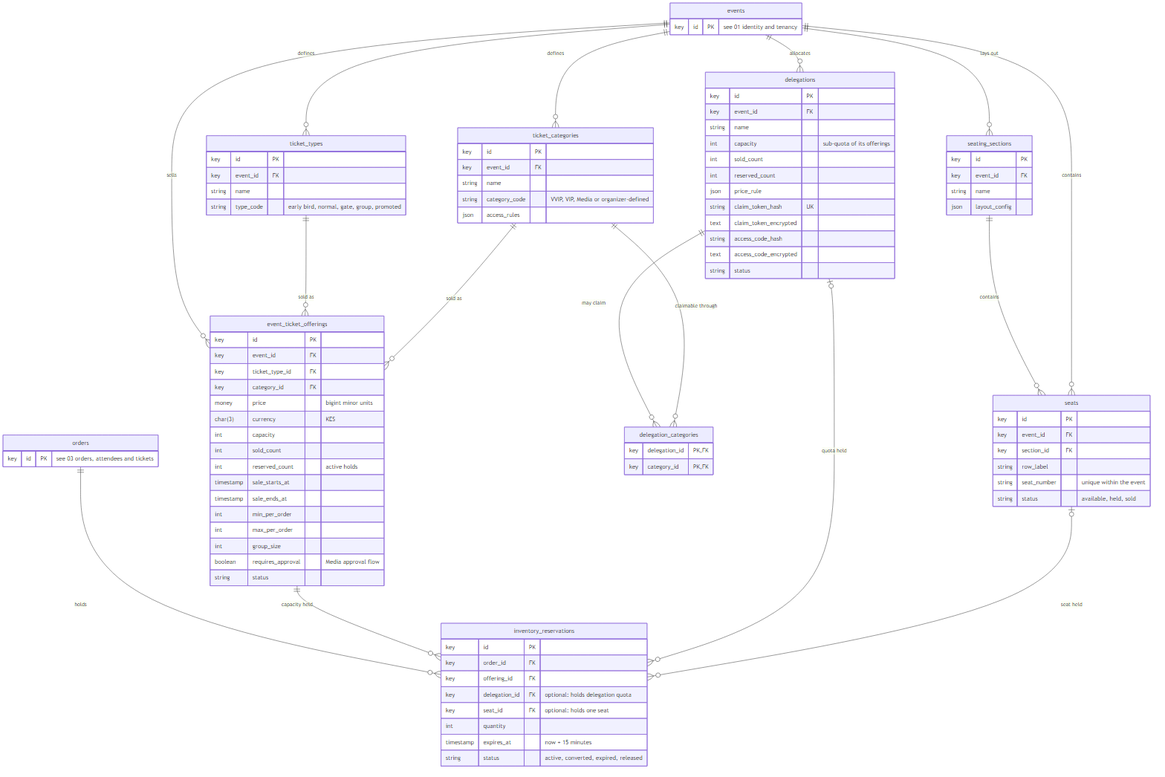
kreativesahara/ticket keeps this Mermaid diagram as doc/diagrams/erd/02-ticket-configuration-and-inventory.png. Above is the earlier version. Its source is kept beside it as doc/diagrams/erd/02-ticket-configuration-and-inventory.mmd.
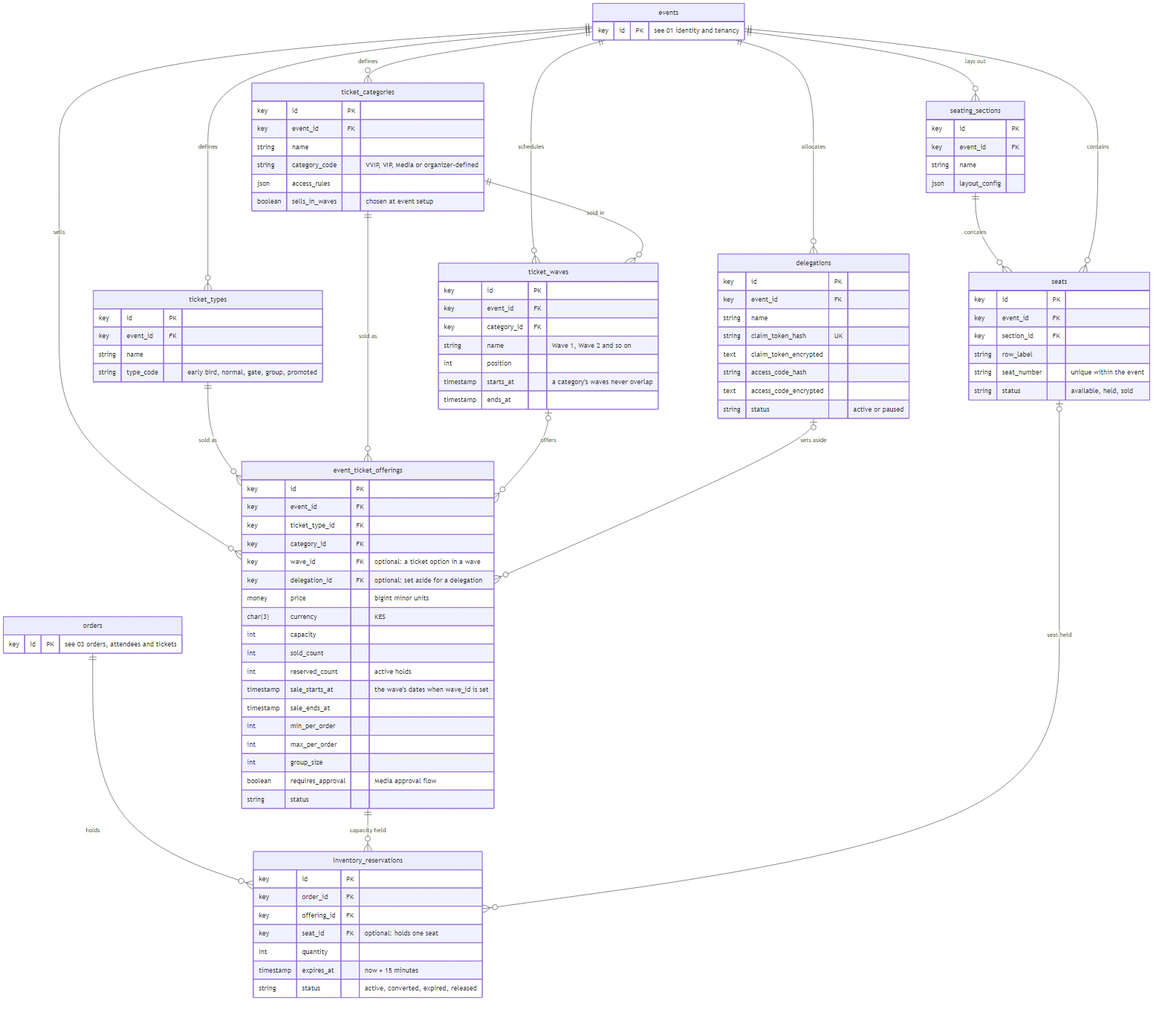
The same file after the commit.

Change to the diagram source:
```diff
@@ -17,18 +17,30 @@
         string name
         string category_code "VVIP, VIP, Media or organizer-defined"
         json access_rules
+        boolean sells_in_waves "chosen at event setup"
+    }
+    ticket_waves {
+        key id PK
+        key event_id FK
+        key category_id FK
+        string name "Wave 1, Wave 2 and so on"
+        int position
+        timestamp starts_at "a category's waves never overlap"
+        timestamp ends_at
     }
     event_ticket_offerings {
         key id PK
         key event_id FK
         key ticket_type_id FK
         key category_id FK
+        key wave_id FK "optional: a ticket option in a wave"
+        key delegation_id FK "optional: set aside for a delegation"
         money price "bigint minor units"
         char(3) currency "KES"
         int capacity
         int sold_count
         int reserved_count "active holds"
-        timestamp sale_starts_at
+        timestamp sale_starts_at "the wave's dates when wave_id is set"
         timestamp sale_ends_at
         int min_per_order
         int max_per_order
@@ -40,19 +52,11 @@
         key id PK
         key event_id FK
         string name
-        int capacity "sub-quota of its offerings"
-        int sold_count
-        int reserved_count
-        json price_rule
         string claim_token_hash UK
         text claim_token_encrypted
         string access_code_hash
         text access_code_encrypted
-        string status
-    }
-    delegation_categories {
-        key delegation_id PK, FK
-        key category_id PK, FK
+        string status "active or paused"
     }
     seating_sections {
         key id PK
@@ -72,7 +76,6 @@
         key id PK
         key order_id FK
         key offering_id FK
-        key delegation_id FK "optional: holds delegation quota"
         key seat_id FK "optional: holds one seat"
         int quantity
         timestamp expires_at "now + 15 minutes"
@@ -81,16 +84,17 @@
 
     events ||--o{ ticket_types : "defines"
     events ||--o{ ticket_categories : "defines"
+    events ||--o{ ticket_waves : "schedules"
+    ticket_categories ||--o{ ticket_waves : "sold in"
     events ||--o{ event_ticket_offerings : "sells"
     ticket_types ||--o{ event_ticket_offerings : "sold as"
     ticket_categories ||--o{ event_ticket_offerings : "sold as"
+    ticket_waves |o--o{ event_ticket_offerings : "offers"
     events ||--o{ delegations : "allocates"
-    delegations ||--o{ delegation_categories : "may claim"
-    ticket_categories ||--o{ delegation_categories : "claimable through"
+    delegations |o--o{ event_ticket_offerings : "sets aside"
     events ||--o{ seating_sections : "lays out"
     seating_sections ||--o{ seats : "contains"
     events ||--o{ seats : "contains"
     orders ||--o{ inventory_reservations : "holds"
     event_ticket_offerings ||--o{ inventory_reservations : "capacity held"
-    delegations |o--o{ inventory_reservations : "quota held"
     seats |o--o{ inventory_reservations : "seat held"
```
